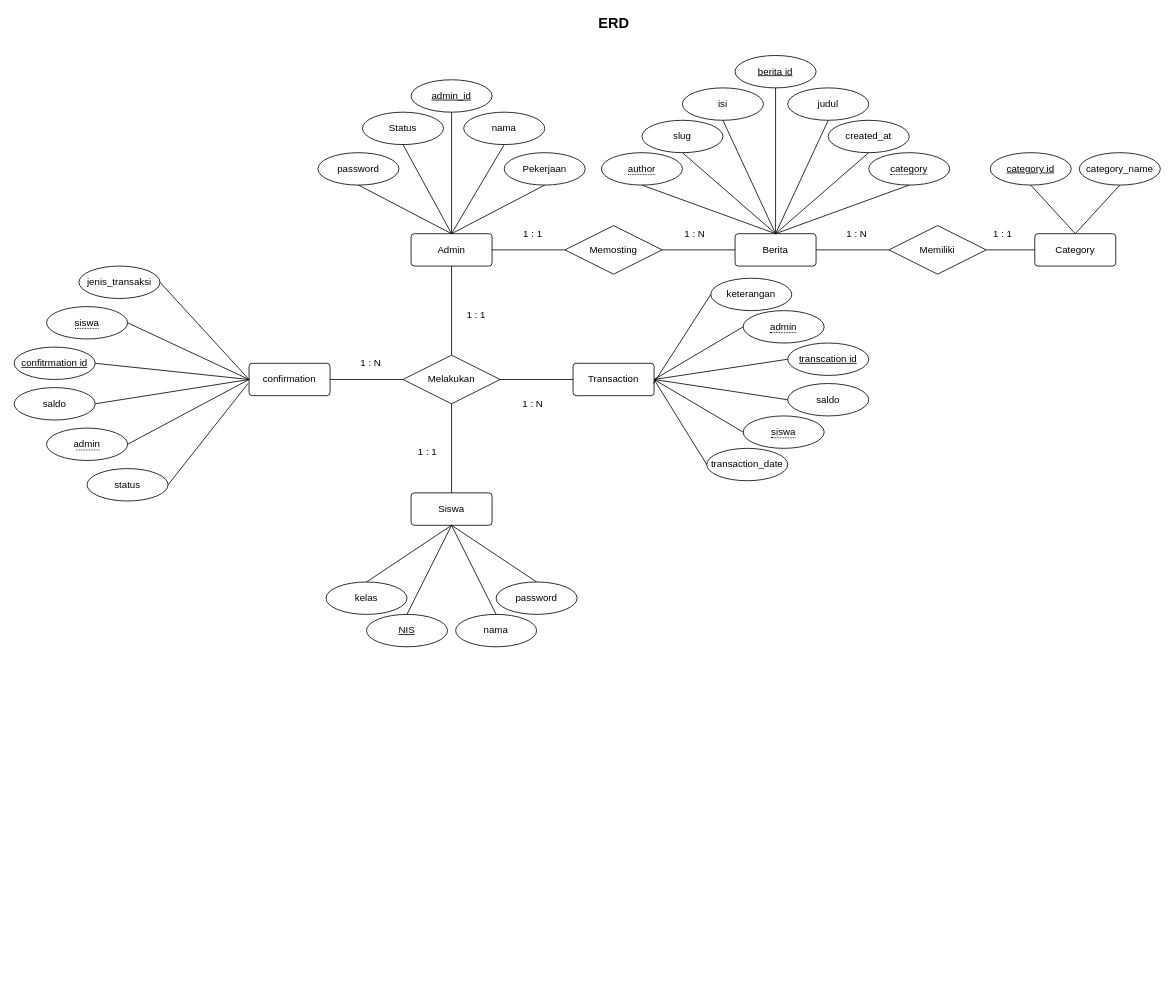
The draw.io diagram database/tabsis.drawio in DzakiyDzakwan/Tabungan_Siswa, before the edit. Source tidied: cells renumbered, new cells numbered last; positions are measured from the earlier drawing's top-left corner, leaving out a move shared by most shapes. Both pictures are drawn from the tidied source at 81%, with x=0, y=0 at pixel (14, 15).
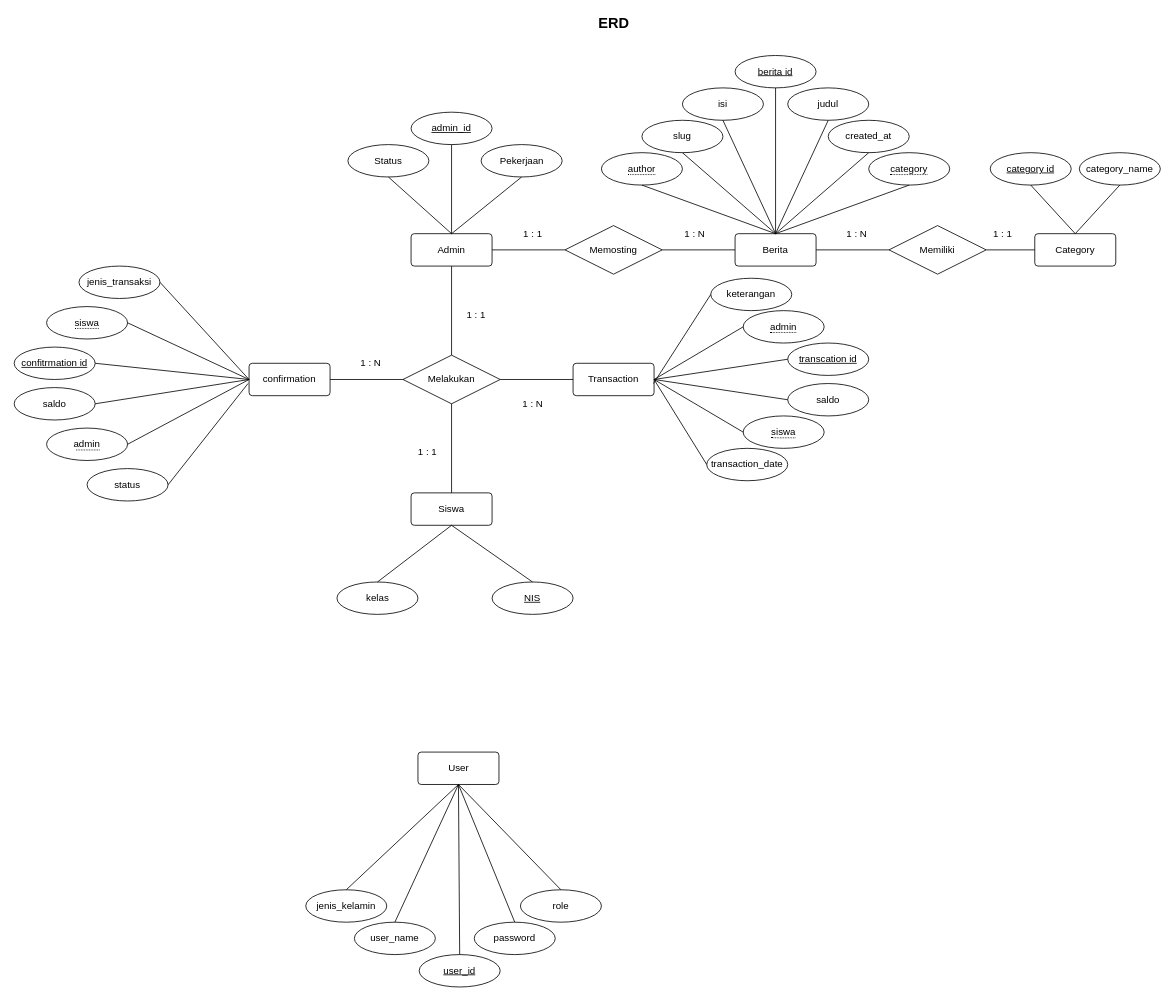
The same page after the edit.

Unchanged cells that the change refers to:
```xml
<mxCell id="6" value="Siswa" style="rounded=1;arcSize=10;whiteSpace=wrap;html=1;align=center;" parent="1" vertex="1">
  <mxGeometry x="490" y="590" width="100" height="40" as="geometry" />
</mxCell>
```

What changed in the source:
```diff
@@
     <mxCell id="28" value="admin_id" style="ellipse;whiteSpace=wrap;html=1;align=center;fontStyle=4;" parent="1" vertex="1">
-      <mxGeometry x="490" y="80" width="100" height="40" as="geometry" />
+      <mxGeometry x="490" y="120" width="100" height="40" as="geometry" />
     </mxCell>
-    <mxCell id="29" value="nama" style="ellipse;whiteSpace=wrap;html=1;align=center;" parent="1" vertex="1">
-      <mxGeometry x="555" y="120" width="100" height="40" as="geometry" />
-    </mxCell>
     <mxCell id="30" value="Pekerjaan" style="ellipse;whiteSpace=wrap;html=1;align=center;" parent="1" vertex="1">
-      <mxGeometry x="605" y="170" width="100" height="40" as="geometry" />
+      <mxGeometry x="576.5" y="160" width="100" height="40" as="geometry" />
     </mxCell>
     <mxCell id="31" value="Status" style="ellipse;whiteSpace=wrap;html=1;align=center;" parent="1" vertex="1">
-      <mxGeometry x="430" y="120" width="100" height="40" as="geometry" />
+      <mxGeometry x="412" y="160" width="100" height="40" as="geometry" />
     </mxCell>
-    <mxCell id="32" value="password" style="ellipse;whiteSpace=wrap;html=1;align=center;" parent="1" vertex="1">
-      <mxGeometry x="375" y="170" width="100" height="40" as="geometry" />
-    </mxCell>
@@
-    <mxCell id="34" style="endArrow=none;html=1;rounded=0;exitX=0.5;exitY=1;exitDx=0;exitDy=0;" parent="1" edge="1" source="29">
-      <mxGeometry relative="1" as="geometry">
-        <mxPoint x="540" y="270" as="targetPoint" />
-      </mxGeometry>
-    </mxCell>
@@
-    <mxCell id="36" style="endArrow=none;html=1;rounded=0;exitX=0.5;exitY=1;exitDx=0;exitDy=0;" parent="1" edge="1" source="32">
-      <mxGeometry relative="1" as="geometry">
-        <mxPoint x="540" y="270" as="targetPoint" />
-      </mxGeometry>
-    </mxCell>
@@
     <mxCell id="80" value="NIS" style="ellipse;whiteSpace=wrap;html=1;align=center;fontStyle=4;" parent="1" vertex="1">
-      <mxGeometry x="435" y="740" width="100" height="40" as="geometry" />
+      <mxGeometry x="590" y="700" width="100" height="40" as="geometry" />
     </mxCell>
-    <mxCell id="81" value="nama" style="ellipse;whiteSpace=wrap;html=1;align=center;" parent="1" vertex="1">
-      <mxGeometry x="545" y="740" width="100" height="40" as="geometry" />
-    </mxCell>
     <mxCell id="82" value="kelas" style="ellipse;whiteSpace=wrap;html=1;align=center;" parent="1" vertex="1">
-      <mxGeometry x="385" y="700" width="100" height="40" as="geometry" />
+      <mxGeometry x="398.5" y="700" width="100" height="40" as="geometry" />
     </mxCell>
-    <mxCell id="83" value="password" style="ellipse;whiteSpace=wrap;html=1;align=center;" parent="1" vertex="1">
-      <mxGeometry x="595" y="700" width="100" height="40" as="geometry" />
-    </mxCell>
@@
-    <mxCell id="86" style="endArrow=none;html=1;rounded=0;exitX=0.5;exitY=0;exitDx=0;exitDy=0;entryX=0.5;entryY=1;entryDx=0;entryDy=0;" parent="1" edge="1" source="81" target="6">
-      <mxGeometry relative="1" as="geometry" />
-    </mxCell>
-    <mxCell id="87" style="endArrow=none;html=1;rounded=0;exitX=0.5;exitY=0;exitDx=0;exitDy=0;entryX=0.5;entryY=1;entryDx=0;entryDy=0;" parent="1" edge="1" source="83" target="6">
-      <mxGeometry relative="1" as="geometry" />
-    </mxCell>
+    <mxCell id="88" value="User" style="rounded=1;arcSize=10;whiteSpace=wrap;html=1;align=center;" parent="1" vertex="1">
+      <mxGeometry x="498.5" y="910" width="100" height="40" as="geometry" />
+    </mxCell>
+    <mxCell id="89" value="user_id" style="ellipse;whiteSpace=wrap;html=1;align=center;fontStyle=4;" parent="1" vertex="1">
+      <mxGeometry x="500" y="1160" width="100" height="40" as="geometry" />
+    </mxCell>
+    <mxCell id="90" value="user_name" style="ellipse;whiteSpace=wrap;html=1;align=center;" parent="1" vertex="1">
+      <mxGeometry x="420" y="1120" width="100" height="40" as="geometry" />
+    </mxCell>
+    <mxCell id="91" value="password" style="ellipse;whiteSpace=wrap;html=1;align=center;" parent="1" vertex="1">
+      <mxGeometry x="568" y="1120" width="100" height="40" as="geometry" />
+    </mxCell>
+    <mxCell id="92" value="role" style="ellipse;whiteSpace=wrap;html=1;align=center;" parent="1" vertex="1">
+      <mxGeometry x="625" y="1080" width="100" height="40" as="geometry" />
+    </mxCell>
+    <mxCell id="93" value="jenis_kelamin" style="ellipse;whiteSpace=wrap;html=1;align=center;" parent="1" vertex="1">
+      <mxGeometry x="360" y="1080" width="100" height="40" as="geometry" />
+    </mxCell>
+    <mxCell id="94" style="endArrow=none;html=1;rounded=0;exitX=0.5;exitY=1;exitDx=0;exitDy=0;entryX=0.5;entryY=0;entryDx=0;entryDy=0;" parent="1" edge="1" source="88" target="89">
+      <mxGeometry relative="1" as="geometry" />
+    </mxCell>
+    <mxCell id="95" style="endArrow=none;html=1;rounded=0;exitX=0.5;exitY=1;exitDx=0;exitDy=0;entryX=0.5;entryY=0;entryDx=0;entryDy=0;" parent="1" edge="1" source="88" target="91">
+      <mxGeometry relative="1" as="geometry" />
+    </mxCell>
+    <mxCell id="96" style="endArrow=none;html=1;rounded=0;exitX=0.5;exitY=1;exitDx=0;exitDy=0;entryX=0.5;entryY=0;entryDx=0;entryDy=0;" parent="1" edge="1" source="88" target="92">
+      <mxGeometry relative="1" as="geometry" />
+    </mxCell>
+    <mxCell id="97" style="endArrow=none;html=1;rounded=0;exitX=0.5;exitY=1;exitDx=0;exitDy=0;entryX=0.5;entryY=0;entryDx=0;entryDy=0;" parent="1" edge="1" source="88" target="90">
+      <mxGeometry relative="1" as="geometry" />
+    </mxCell>
+    <mxCell id="98" style="endArrow=none;html=1;rounded=0;exitX=0.5;exitY=1;exitDx=0;exitDy=0;entryX=0.5;entryY=0;entryDx=0;entryDy=0;" parent="1" edge="1" source="88" target="93">
+      <mxGeometry relative="1" as="geometry" />
+    </mxCell>
```
